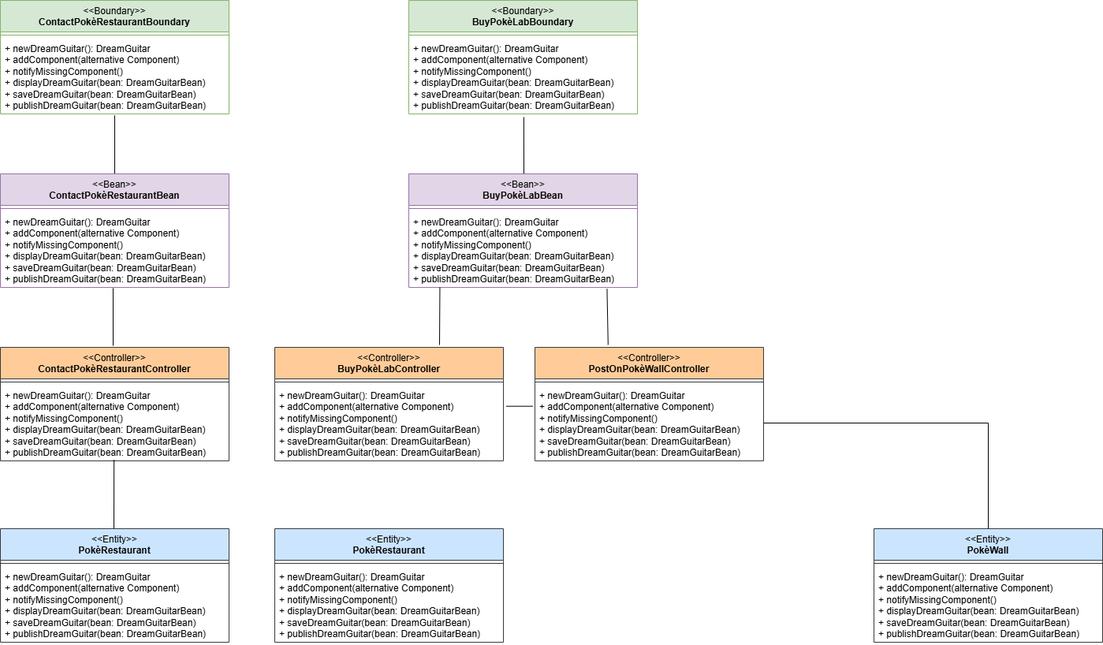
The draw.io diagram diagrams/BCE.drawio.png in matteopinfildi/ISPW-Project, before a commit. Source tidied: cells renumbered, new cells last; positions are measured from the earlier drawing's top-left corner, leaving out a move shared by most shapes.
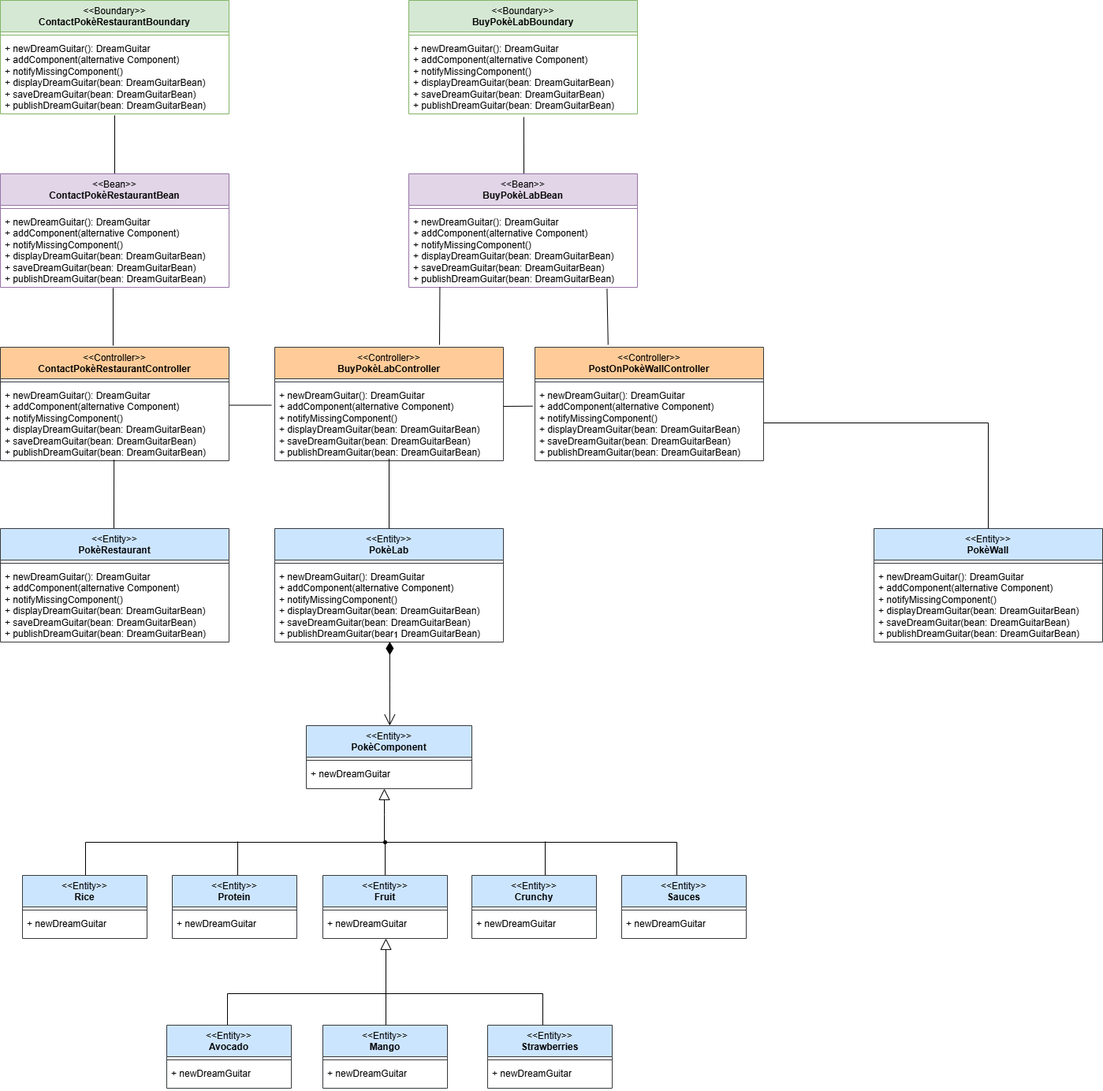
After the change.

Change to the diagram source:
```diff
@@ -119,7 +119,7 @@
         </Array>
       </mxGeometry>
     </mxCell>
-    <mxCell id="36" value="&lt;div&gt;&lt;span style=&quot;font-weight: normal;&quot;&gt;&amp;lt;&amp;lt;Entity&amp;gt;&amp;gt;&lt;/span&gt;&lt;/div&gt;PokèRestaurant" style="swimlane;fontStyle=1;align=center;verticalAlign=top;horizontal=1;startSize=40;whiteSpace=wrap;html=1;fillColor=#cce5ff;strokeColor=#36393d;" parent="1" vertex="1">
+    <mxCell id="36" value="&lt;div&gt;&lt;span style=&quot;font-weight: normal;&quot;&gt;&amp;lt;&amp;lt;Entity&amp;gt;&amp;gt;&lt;/span&gt;&lt;/div&gt;PokèLab" style="swimlane;fontStyle=1;align=center;verticalAlign=top;horizontal=1;startSize=40;whiteSpace=wrap;html=1;fillColor=#cce5ff;strokeColor=#36393d;" parent="1" vertex="1">
       <mxGeometry x="348" y="670" width="290" height="144" as="geometry" />
     </mxCell>
     <mxCell id="37" style="line;strokeWidth=1;fillColor=none;align=left;verticalAlign=middle;spacingTop=-1;spacingLeft=3;spacingRight=3;labelPosition=right;strokeColor=inherit;" parent="36" vertex="1">
@@ -128,8 +128,153 @@
     <mxCell id="38" value="+ newDreamGuitar(): DreamGuitar&lt;div&gt;+ addComponent(alternative Component)&lt;/div&gt;&lt;div&gt;+ notifyMissingComponent()&lt;/div&gt;&lt;div&gt;&lt;div&gt;+ displayDreamGuitar(bean: DreamGuitarBean)&lt;/div&gt;&lt;div&gt;+ saveDreamGuitar(bean: DreamGuitarBean)&amp;nbsp;&lt;/div&gt;&lt;/div&gt;&lt;div&gt;+ publishDreamGuitar(bean: DreamGuitarBean)&lt;/div&gt;" style="text;strokeColor=none;fillColor=none;align=left;verticalAlign=top;spacingLeft=4;spacingRight=4;overflow=hidden;points=[[0,0.5],[1,0.5]];portConstraint=eastwest;whiteSpace=wrap;html=1;" parent="36" vertex="1">
       <mxGeometry y="48" width="290" height="96" as="geometry" />
     </mxCell>
-    <mxCell id="39" style="endArrow=none;html=1;rounded=0;exitX=-0.01;exitY=0.278;exitDx=0;exitDy=0;exitPerimeter=0;entryX=1.013;entryY=0.278;entryDx=0;entryDy=0;entryPerimeter=0;" parent="1" edge="1" source="26" target="23">
-      <mxGeometry relative="1" as="geometry" />
+    <mxCell id="39" style="endArrow=none;html=1;rounded=0;exitX=-0.01;exitY=0.278;exitDx=0;exitDy=0;exitPerimeter=0;" parent="1" edge="1" source="26">
+      <mxGeometry relative="1" as="geometry">
+        <mxPoint x="638" y="515" as="targetPoint" />
+      </mxGeometry>
     </mxCell>
+    <mxCell id="40" style="endArrow=none;html=1;rounded=0;exitX=-0.014;exitY=0.266;exitDx=0;exitDy=0;exitPerimeter=0;entryX=1.002;entryY=0.266;entryDx=0;entryDy=0;entryPerimeter=0;" parent="1" edge="1" source="23" target="20">
+      <mxGeometry relative="1" as="geometry" />
+    </mxCell>
+    <mxCell id="41" style="endArrow=none;html=1;rounded=0;entryX=0.5;entryY=0.972;entryDx=0;entryDy=0;entryPerimeter=0;exitX=0.5;exitY=0;exitDx=0;exitDy=0;" parent="1" edge="1" source="36" target="23">
+      <mxGeometry relative="1" as="geometry" />
+    </mxCell>
+    <mxCell id="42" value="&lt;div&gt;&lt;span style=&quot;font-weight: normal;&quot;&gt;&amp;lt;&amp;lt;Entity&amp;gt;&amp;gt;&lt;/span&gt;&lt;/div&gt;PokèComponent" style="swimlane;fontStyle=1;align=center;verticalAlign=top;horizontal=1;startSize=40;whiteSpace=wrap;html=1;fillColor=#cce5ff;strokeColor=#36393d;" parent="1" vertex="1">
+      <mxGeometry x="388" y="920" width="210" height="80" as="geometry" />
+    </mxCell>
+    <mxCell id="43" style="line;strokeWidth=1;fillColor=none;align=left;verticalAlign=middle;spacingTop=-1;spacingLeft=3;spacingRight=3;labelPosition=right;strokeColor=inherit;" parent="42" vertex="1">
+      <mxGeometry y="40" width="210" height="8" as="geometry" />
+    </mxCell>
+    <mxCell id="44" value="+ newDreamGuitar&lt;div&gt;&lt;br&gt;&lt;/div&gt;" style="text;strokeColor=none;fillColor=none;align=left;verticalAlign=top;spacingLeft=4;spacingRight=4;overflow=hidden;whiteSpace=wrap;html=1;" parent="42" vertex="1">
+      <mxGeometry y="48" width="210" height="32" as="geometry" />
+    </mxCell>
+    <mxCell id="45" value="1" style="endArrow=open;html=1;endSize=12;startArrow=diamondThin;startSize=14;startFill=1;edgeStyle=orthogonalEdgeStyle;align=left;verticalAlign=bottom;rounded=0;exitX=0.503;exitY=0.996;exitDx=0;exitDy=0;exitPerimeter=0;entryX=0.504;entryY=0;entryDx=0;entryDy=0;entryPerimeter=0;" parent="1" edge="1" source="38" target="42">
+      <mxGeometry x="-1" y="3" relative="1" as="geometry" />
+    </mxCell>
+    <mxCell id="46" style="edgeStyle=orthogonalEdgeStyle;rounded=0;orthogonalLoop=1;jettySize=auto;html=1;exitX=0.5;exitY=0;exitDx=0;exitDy=0;endArrow=none;endFill=0;" parent="1" edge="1">
+      <mxGeometry relative="1" as="geometry">
+        <mxPoint x="301" y="1117" as="sourcePoint" />
+        <mxPoint x="301" y="1067" as="targetPoint" />
+      </mxGeometry>
+    </mxCell>
+    <mxCell id="47" style="edgeStyle=orthogonalEdgeStyle;rounded=0;orthogonalLoop=1;jettySize=auto;html=1;exitX=0.5;exitY=0;exitDx=0;exitDy=0;endArrow=none;endFill=0;" parent="1" edge="1">
+      <mxGeometry relative="1" as="geometry">
+        <mxPoint x="691" y="1117" as="sourcePoint" />
+        <mxPoint x="691" y="1067" as="targetPoint" />
+      </mxGeometry>
+    </mxCell>
+    <mxCell id="48" style="verticalAlign=bottom;html=1;ellipse;fillColor=strokeColor;fontFamily=Helvetica;fontSize=11;fontColor=default;" parent="1" vertex="1">
+      <mxGeometry x="486" y="1066" width="4" height="4" as="geometry" />
+    </mxCell>
+    <mxCell id="49" style="edgeStyle=elbowEdgeStyle;html=1;endSize=12;endArrow=block;endFill=0;elbow=horizontal;rounded=0;labelBackgroundColor=default;fontFamily=Helvetica;fontSize=11;fontColor=default;shape=connector;entryX=0.468;entryY=0.988;entryDx=0;entryDy=0;entryPerimeter=0;" parent="1" edge="1" source="48">
+      <mxGeometry x="1" relative="1" as="geometry">
+        <mxPoint x="487" y="1000" as="targetPoint" />
+      </mxGeometry>
+    </mxCell>
+    <mxCell id="50" style="edgeStyle=elbowEdgeStyle;html=1;elbow=vertical;verticalAlign=bottom;endArrow=none;rounded=0;labelBackgroundColor=default;fontFamily=Helvetica;fontSize=11;fontColor=default;startSize=14;shape=connector;entryX=0.5;entryY=0;entryDx=0;entryDy=0;exitX=0.438;exitY=0;exitDx=0;exitDy=0;exitPerimeter=0;" parent="1" edge="1">
+      <mxGeometry x="1" relative="1" as="geometry">
+        <mxPoint x="488" y="1113" as="sourcePoint" />
+        <mxPoint x="108" y="1113" as="targetPoint" />
+        <Array as="points">
+          <mxPoint x="448" y="1068" />
+        </Array>
+      </mxGeometry>
+    </mxCell>
+    <mxCell id="51" style="endArrow=none;html=1;rounded=0;" parent="1" edge="1">
+      <mxGeometry relative="1" as="geometry">
+        <mxPoint x="488" y="1068" as="sourcePoint" />
+        <mxPoint x="858" y="1110" as="targetPoint" />
+        <Array as="points">
+          <mxPoint x="858" y="1068" />
+        </Array>
+      </mxGeometry>
+    </mxCell>
+    <mxCell id="52" value="&lt;div&gt;&lt;span style=&quot;font-weight: normal;&quot;&gt;&amp;lt;&amp;lt;Entity&amp;gt;&amp;gt;&lt;/span&gt;&lt;/div&gt;Rice" style="swimlane;fontStyle=1;align=center;verticalAlign=top;horizontal=1;startSize=40;whiteSpace=wrap;html=1;fillColor=#cce5ff;strokeColor=#36393d;" parent="1" vertex="1">
+      <mxGeometry x="28" y="1110" width="158" height="80" as="geometry" />
+    </mxCell>
+    <mxCell id="53" style="line;strokeWidth=1;fillColor=none;align=left;verticalAlign=middle;spacingTop=-1;spacingLeft=3;spacingRight=3;labelPosition=right;strokeColor=inherit;" parent="52" vertex="1">
+      <mxGeometry y="40" width="158" height="8" as="geometry" />
+    </mxCell>
+    <mxCell id="54" value="+ newDreamGuitar&lt;div&gt;&lt;br&gt;&lt;/div&gt;" style="text;strokeColor=none;fillColor=none;align=left;verticalAlign=top;spacingLeft=4;spacingRight=4;overflow=hidden;whiteSpace=wrap;html=1;" parent="52" vertex="1">
+      <mxGeometry y="48" width="158" height="32" as="geometry" />
+    </mxCell>
+    <mxCell id="55" value="&lt;div&gt;&lt;span style=&quot;font-weight: normal;&quot;&gt;&amp;lt;&amp;lt;Entity&amp;gt;&amp;gt;&lt;/span&gt;&lt;/div&gt;Sauces" style="swimlane;fontStyle=1;align=center;verticalAlign=top;horizontal=1;startSize=40;whiteSpace=wrap;html=1;fillColor=#cce5ff;strokeColor=#36393d;" parent="1" vertex="1">
+      <mxGeometry x="788" y="1110" width="158" height="80" as="geometry" />
+    </mxCell>
+    <mxCell id="56" style="line;strokeWidth=1;fillColor=none;align=left;verticalAlign=middle;spacingTop=-1;spacingLeft=3;spacingRight=3;labelPosition=right;strokeColor=inherit;" parent="55" vertex="1">
+      <mxGeometry y="40" width="158" height="8" as="geometry" />
+    </mxCell>
+    <mxCell id="57" value="+ newDreamGuitar&lt;div&gt;&lt;br&gt;&lt;/div&gt;" style="text;strokeColor=none;fillColor=none;align=left;verticalAlign=top;spacingLeft=4;spacingRight=4;overflow=hidden;whiteSpace=wrap;html=1;" parent="55" vertex="1">
+      <mxGeometry y="48" width="158" height="32" as="geometry" />
+    </mxCell>
+    <mxCell id="58" value="&lt;div&gt;&lt;span style=&quot;font-weight: normal;&quot;&gt;&amp;lt;&amp;lt;Entity&amp;gt;&amp;gt;&lt;/span&gt;&lt;/div&gt;Crunchy" style="swimlane;fontStyle=1;align=center;verticalAlign=top;horizontal=1;startSize=40;whiteSpace=wrap;html=1;fillColor=#cce5ff;strokeColor=#36393d;" parent="1" vertex="1">
+      <mxGeometry x="598" y="1110" width="158" height="80" as="geometry" />
+    </mxCell>
+    <mxCell id="59" style="line;strokeWidth=1;fillColor=none;align=left;verticalAlign=middle;spacingTop=-1;spacingLeft=3;spacingRight=3;labelPosition=right;strokeColor=inherit;" parent="58" vertex="1">
+      <mxGeometry y="40" width="158" height="8" as="geometry" />
+    </mxCell>
+    <mxCell id="60" value="+ newDreamGuitar&lt;div&gt;&lt;br&gt;&lt;/div&gt;" style="text;strokeColor=none;fillColor=none;align=left;verticalAlign=top;spacingLeft=4;spacingRight=4;overflow=hidden;whiteSpace=wrap;html=1;" parent="58" vertex="1">
+      <mxGeometry y="48" width="158" height="32" as="geometry" />
+    </mxCell>
+    <mxCell id="61" value="&lt;div&gt;&lt;span style=&quot;font-weight: normal;&quot;&gt;&amp;lt;&amp;lt;Entity&amp;gt;&amp;gt;&lt;/span&gt;&lt;/div&gt;Fruit" style="swimlane;fontStyle=1;align=center;verticalAlign=top;horizontal=1;startSize=40;whiteSpace=wrap;html=1;fillColor=#cce5ff;strokeColor=#36393d;" parent="1" vertex="1">
+      <mxGeometry x="409" y="1110" width="158" height="80" as="geometry" />
+    </mxCell>
+    <mxCell id="62" style="line;strokeWidth=1;fillColor=none;align=left;verticalAlign=middle;spacingTop=-1;spacingLeft=3;spacingRight=3;labelPosition=right;strokeColor=inherit;" parent="61" vertex="1">
+      <mxGeometry y="40" width="158" height="8" as="geometry" />
+    </mxCell>
+    <mxCell id="63" value="+ newDreamGuitar&lt;div&gt;&lt;br&gt;&lt;/div&gt;" style="text;strokeColor=none;fillColor=none;align=left;verticalAlign=top;spacingLeft=4;spacingRight=4;overflow=hidden;whiteSpace=wrap;html=1;" parent="61" vertex="1">
+      <mxGeometry y="48" width="158" height="32" as="geometry" />
+    </mxCell>
+    <mxCell id="64" value="&lt;div&gt;&lt;span style=&quot;font-weight: normal;&quot;&gt;&amp;lt;&amp;lt;Entity&amp;gt;&amp;gt;&lt;/span&gt;&lt;/div&gt;Protein" style="swimlane;fontStyle=1;align=center;verticalAlign=top;horizontal=1;startSize=40;whiteSpace=wrap;html=1;fillColor=#cce5ff;strokeColor=#36393d;" parent="1" vertex="1">
+      <mxGeometry x="218" y="1110" width="158" height="80" as="geometry" />
+    </mxCell>
+    <mxCell id="65" style="line;strokeWidth=1;fillColor=none;align=left;verticalAlign=middle;spacingTop=-1;spacingLeft=3;spacingRight=3;labelPosition=right;strokeColor=inherit;" parent="64" vertex="1">
+      <mxGeometry y="40" width="158" height="8" as="geometry" />
+    </mxCell>
+    <mxCell id="66" value="+ newDreamGuitar&lt;div&gt;&lt;br&gt;&lt;/div&gt;" style="text;strokeColor=none;fillColor=none;align=left;verticalAlign=top;spacingLeft=4;spacingRight=4;overflow=hidden;whiteSpace=wrap;html=1;" parent="64" vertex="1">
+      <mxGeometry y="48" width="158" height="32" as="geometry" />
+    </mxCell>
+    <mxCell id="67" style="edgeStyle=elbowEdgeStyle;html=1;endSize=12;endArrow=block;endFill=0;elbow=horizontal;rounded=0;labelBackgroundColor=default;fontFamily=Helvetica;fontSize=11;fontColor=default;shape=connector;exitX=0.502;exitY=0;exitDx=0;exitDy=0;exitPerimeter=0;" parent="1" edge="1">
+      <mxGeometry x="1" relative="1" as="geometry">
+        <mxPoint x="489" y="1306" as="sourcePoint" />
+        <mxPoint x="489.4" y="1190" as="targetPoint" />
+      </mxGeometry>
+    </mxCell>
+    <mxCell id="68" style="edgeStyle=elbowEdgeStyle;html=1;elbow=vertical;verticalAlign=bottom;endArrow=none;rounded=0;labelBackgroundColor=default;fontFamily=Helvetica;fontSize=11;fontColor=default;startSize=14;shape=connector;entryX=0.5;entryY=0;entryDx=0;entryDy=0;exitX=0.5;exitY=0;exitDx=0;exitDy=0;" parent="1" edge="1">
+      <mxGeometry x="1" relative="1" as="geometry">
+        <mxPoint x="688" y="1306" as="sourcePoint" />
+        <mxPoint x="288" y="1306" as="targetPoint" />
+        <Array as="points">
+          <mxPoint x="638" y="1260" />
+        </Array>
+      </mxGeometry>
+    </mxCell>
+    <mxCell id="69" value="&lt;div&gt;&lt;span style=&quot;font-weight: normal;&quot;&gt;&amp;lt;&amp;lt;Entity&amp;gt;&amp;gt;&lt;/span&gt;&lt;/div&gt;Avocado" style="swimlane;fontStyle=1;align=center;verticalAlign=top;horizontal=1;startSize=40;whiteSpace=wrap;html=1;fillColor=#cce5ff;strokeColor=#36393d;" parent="1" vertex="1">
+      <mxGeometry x="211" y="1300" width="158" height="80" as="geometry" />
+    </mxCell>
+    <mxCell id="70" style="line;strokeWidth=1;fillColor=none;align=left;verticalAlign=middle;spacingTop=-1;spacingLeft=3;spacingRight=3;labelPosition=right;strokeColor=inherit;" parent="69" vertex="1">
+      <mxGeometry y="40" width="158" height="8" as="geometry" />
+    </mxCell>
+    <mxCell id="71" value="+ newDreamGuitar&lt;div&gt;&lt;br&gt;&lt;/div&gt;" style="text;strokeColor=none;fillColor=none;align=left;verticalAlign=top;spacingLeft=4;spacingRight=4;overflow=hidden;whiteSpace=wrap;html=1;" parent="69" vertex="1">
+      <mxGeometry y="48" width="158" height="32" as="geometry" />
+    </mxCell>
+    <mxCell id="72" value="&lt;div&gt;&lt;span style=&quot;font-weight: normal;&quot;&gt;&amp;lt;&amp;lt;Entity&amp;gt;&amp;gt;&lt;/span&gt;&lt;/div&gt;Mango" style="swimlane;fontStyle=1;align=center;verticalAlign=top;horizontal=1;startSize=40;whiteSpace=wrap;html=1;fillColor=#cce5ff;strokeColor=#36393d;" parent="1" vertex="1">
+      <mxGeometry x="409" y="1300" width="158" height="80" as="geometry" />
+    </mxCell>
+    <mxCell id="73" style="line;strokeWidth=1;fillColor=none;align=left;verticalAlign=middle;spacingTop=-1;spacingLeft=3;spacingRight=3;labelPosition=right;strokeColor=inherit;" parent="72" vertex="1">
+      <mxGeometry y="40" width="158" height="8" as="geometry" />
+    </mxCell>
+    <mxCell id="74" value="+ newDreamGuitar&lt;div&gt;&lt;br&gt;&lt;/div&gt;" style="text;strokeColor=none;fillColor=none;align=left;verticalAlign=top;spacingLeft=4;spacingRight=4;overflow=hidden;whiteSpace=wrap;html=1;" parent="72" vertex="1">
+      <mxGeometry y="48" width="158" height="32" as="geometry" />
+    </mxCell>
+    <mxCell id="75" value="&lt;div&gt;&lt;span style=&quot;font-weight: normal;&quot;&gt;&amp;lt;&amp;lt;Entity&amp;gt;&amp;gt;&lt;/span&gt;&lt;/div&gt;Strawberries" style="swimlane;fontStyle=1;align=center;verticalAlign=top;horizontal=1;startSize=40;whiteSpace=wrap;html=1;fillColor=#cce5ff;strokeColor=#36393d;" parent="1" vertex="1">
+      <mxGeometry x="618" y="1300" width="158" height="80" as="geometry" />
+    </mxCell>
+    <mxCell id="76" style="line;strokeWidth=1;fillColor=none;align=left;verticalAlign=middle;spacingTop=-1;spacingLeft=3;spacingRight=3;labelPosition=right;strokeColor=inherit;" parent="75" vertex="1">
+      <mxGeometry y="40" width="158" height="8" as="geometry" />
+    </mxCell>
+    <mxCell id="77" value="+ newDreamGuitar&lt;div&gt;&lt;br&gt;&lt;/div&gt;" style="text;strokeColor=none;fillColor=none;align=left;verticalAlign=top;spacingLeft=4;spacingRight=4;overflow=hidden;whiteSpace=wrap;html=1;" parent="75" vertex="1">
+      <mxGeometry y="48" width="158" height="32" as="geometry" />
+    </mxCell>
   </root>
 </mxGraphModel>
```
